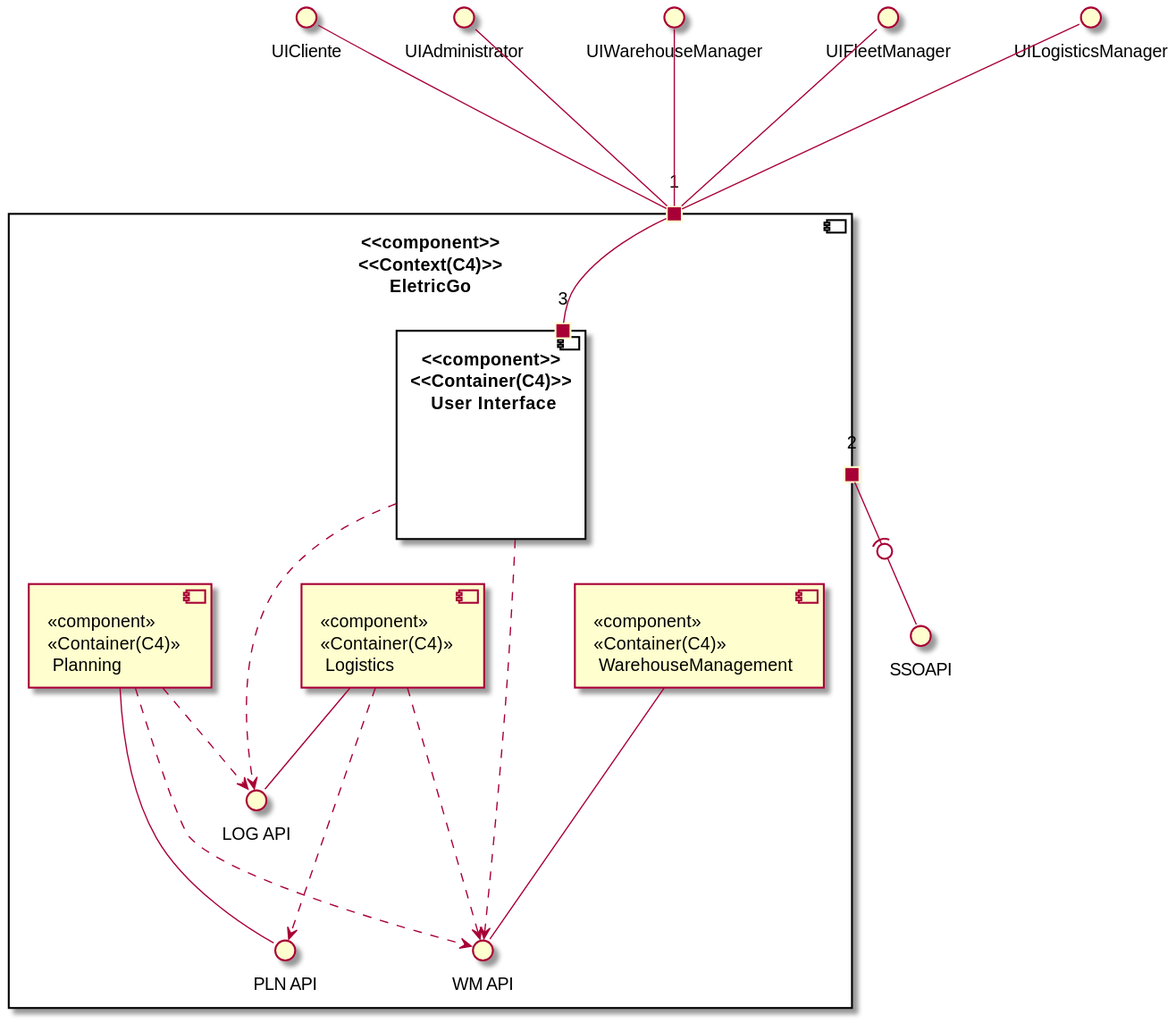
This is Documents/Deployment Diagrams/Level 2 - Container/Logical View/Level 2 - Logic View.svg from 0franciscor/dei_3dj_057, a PlantUML export, as it was before one commit.
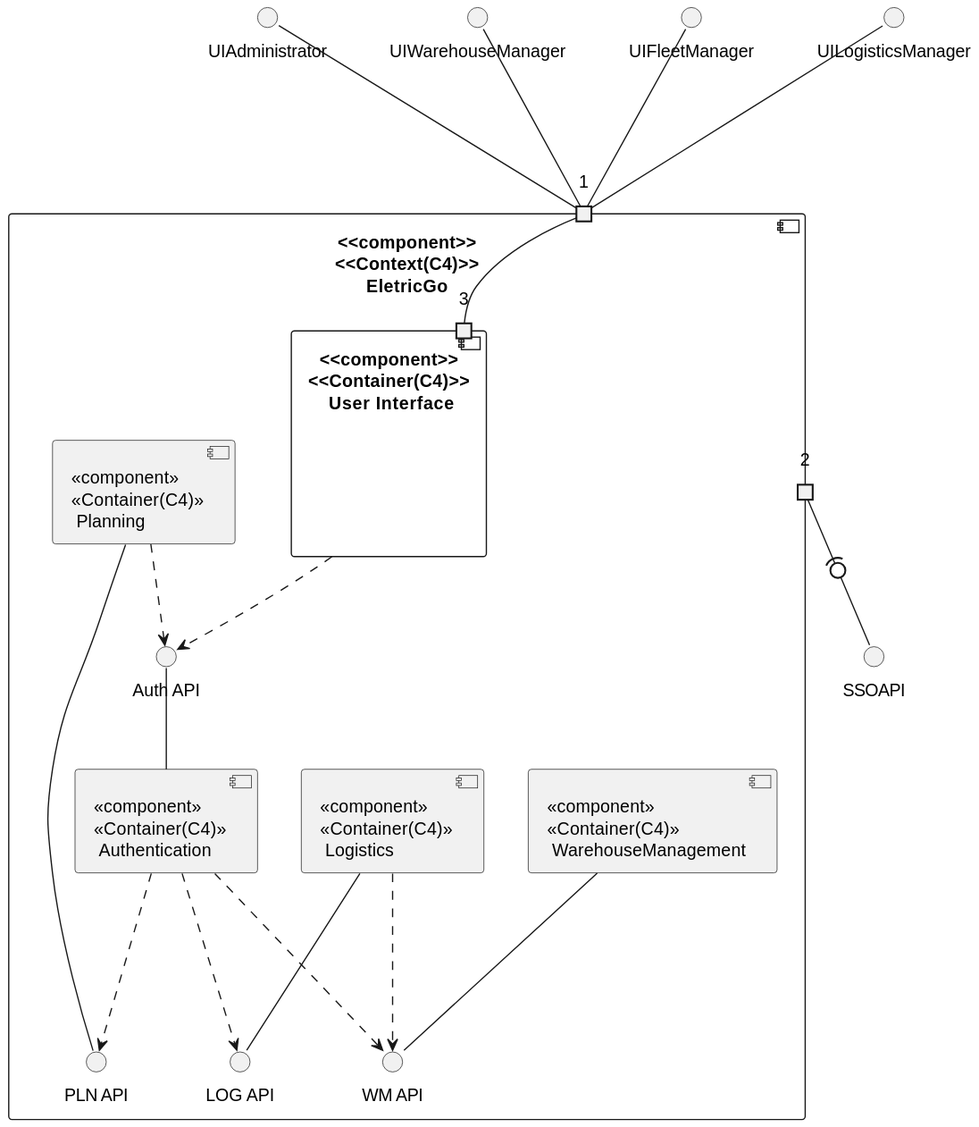
Later version of the same file.

The edit, as a diff of the source:
```diff
@@ -1,26 +1,26 @@
-@startuml
+@startuml Level 2 - Logic View
 component "<<component>>\n<<Context(C4)>>\nEletricGo" as c2 {
   component "<<component>>\n<<Container(C4)>>\n User Interface" as UI{
         portin 3
   }
+  component "<<component>>\n<<Container(C4)>>\n Authentication" as AUTH
   component "<<component>>\n<<Container(C4)>>\n WarehouseManagement" as WMNG
   component "<<component>>\n<<Container(C4)>>\n Logistics" as LG
   component "<<component>>\n<<Container(C4)>>\n Planning" as PL
-  interface "WM API" as WM
-  interface "LOG API" as LOG
-  interface "PLN API" as PLN
+  interface "Auth API" as AUTHAPI
+  interface "WM API" as WMAPI
+  interface "LOG API" as LOGAPI
+  interface "PLN API" as PLNAPI
   portin 1
   portout 2
 
 }
 
-interface UICliente as CL
 interface UIAdministrator as ADM
 interface UIWarehouseManager as MNG
 interface UIFleetManager as FMNG
 interface UILogisticsManager as LMNG
 
-CL --- 1
 ADM --- 1
 MNG --- 1
 FMNG --- 1
@@ -30,16 +30,18 @@
 
 3--1
 
+AUTHAPI -- AUTH
+LG -- LOGAPI
+WMNG --- WMAPI
+UI ..> AUTHAPI
+PL ..> AUTHAPI
+LG ...> WMAPI
+PL --- PLNAPI
 
-LG -- LOG
-UI ...> LOG
-WMNG --- WM
-UI ...> WM
-PL ..> WM
-LG ...> WM
-PL --- PLN
-PL ..> LOG
-LG ...> PLN
+
+AUTH ...> LOGAPI
+AUTH ...> PLNAPI
+AUTH ...> WMAPI
 
 
 @enduml
```
